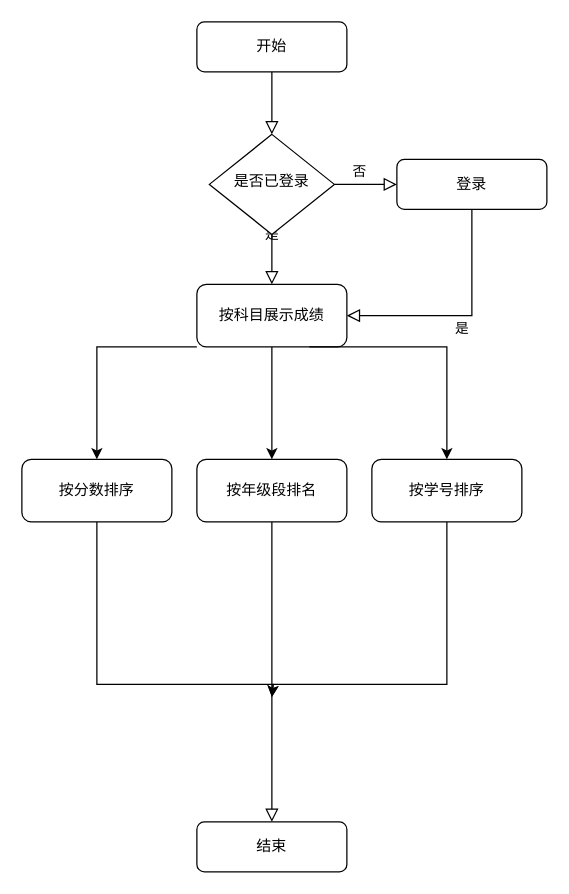
Above: 成绩管理-列表.drawio in creazy412/none (draw.io), before the change. Source tidied: cells renumbered, new cells numbered last; positions are measured from the earlier drawing's top-left corner, leaving out a move shared by most shapes. Both pictures are drawn from the tidied source at 125%, with x=0, y=0 at pixel (21, 21).
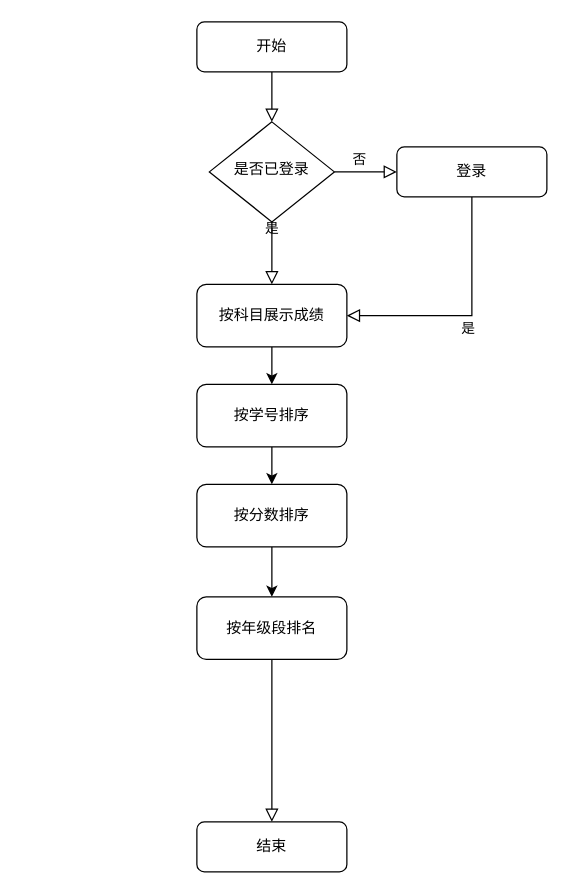
After the change.

Commit message:
更新成绩管理-列表.drawio

Unchanged cells that the change refers to:
```xml
<mxCell id="15" value="按科目展示成绩" style="rounded=1;whiteSpace=wrap;html=1;fontSize=12;glass=0;strokeWidth=1;shadow=0;" parent="1" vertex="1">
  <mxGeometry x="140" y="210" width="120" height="50" as="geometry" />
</mxCell>
```

The edit, as a diff of the source:
```diff
@@
     <mxCell id="6" value="是否已登录" style="rhombus;whiteSpace=wrap;html=1;shadow=0;fontFamily=Helvetica;fontSize=12;align=center;strokeWidth=1;spacing=6;spacingTop=-4;" parent="1" vertex="1">
-      <mxGeometry x="150" y="90" width="100" height="80" as="geometry" />
+      <mxGeometry x="150" y="80" width="100" height="80" as="geometry" />
     </mxCell>
     <mxCell id="7" value="登录" style="rounded=1;whiteSpace=wrap;html=1;fontSize=12;glass=0;strokeWidth=1;shadow=0;" parent="1" vertex="1">
-      <mxGeometry x="300" y="110" width="120" height="40" as="geometry" />
+      <mxGeometry x="300" y="100" width="120" height="40" as="geometry" />
     </mxCell>
@@
-    <mxCell id="10" style="edgeStyle=orthogonalEdgeStyle;rounded=0;jettySize=auto;html=1;exitX=0.5;exitY=1;exitDx=0;exitDy=0;entryX=0.5;entryY=0;entryDx=0;entryDy=0;" parent="1" edge="1" source="15" target="19">
-      <mxGeometry relative="1" as="geometry" />
-    </mxCell>
@@
-    <mxCell id="12" style="edgeStyle=orthogonalEdgeStyle;rounded=0;jettySize=auto;html=1;" parent="1" edge="1" source="13">
-      <mxGeometry relative="1" as="geometry">
-        <mxPoint x="200" y="540" as="targetPoint" />
-        <Array as="points">
-          <mxPoint x="340" y="530" />
-          <mxPoint x="201" y="530" />
-        </Array>
-      </mxGeometry>
-    </mxCell>
+    <mxCell id="20" style="edgeStyle=orthogonalEdgeStyle;rounded=0;jettySize=auto;html=1;" parent="1" edge="1" source="13" target="17">
+      <mxGeometry relative="1" as="geometry" />
+    </mxCell>
     <mxCell id="13" value="按学号排序" style="rounded=1;whiteSpace=wrap;html=1;fontSize=12;glass=0;strokeWidth=1;shadow=0;" parent="1" vertex="1">
-      <mxGeometry x="280" y="350" width="120" height="50" as="geometry" />
+      <mxGeometry x="140" y="290" width="120" height="50" as="geometry" />
     </mxCell>
-    <mxCell id="14" style="edgeStyle=orthogonalEdgeStyle;rounded=0;jettySize=auto;html=1;" parent="1" edge="1" source="15" target="17">
-      <mxGeometry relative="1" as="geometry">
-        <Array as="points">
-          <mxPoint x="60" y="260" />
-        </Array>
-      </mxGeometry>
-    </mxCell>
+    <mxCell id="21" style="edgeStyle=orthogonalEdgeStyle;rounded=0;jettySize=auto;html=1;" parent="1" edge="1" source="15">
+      <mxGeometry relative="1" as="geometry">
+        <mxPoint x="200" y="290" as="targetPoint" />
+      </mxGeometry>
+    </mxCell>
@@
-    <mxCell id="16" style="edgeStyle=orthogonalEdgeStyle;rounded=0;jettySize=auto;html=1;" parent="1" edge="1" source="17">
-      <mxGeometry relative="1" as="geometry">
-        <mxPoint x="200" y="540" as="targetPoint" />
-        <Array as="points">
-          <mxPoint x="60" y="530" />
-          <mxPoint x="201" y="530" />
-        </Array>
-      </mxGeometry>
-    </mxCell>
+    <mxCell id="22" style="edgeStyle=orthogonalEdgeStyle;rounded=0;jettySize=auto;html=1;" parent="1" edge="1" source="17" target="19">
+      <mxGeometry relative="1" as="geometry" />
+    </mxCell>
     <mxCell id="17" value="按分数排序" style="rounded=1;whiteSpace=wrap;html=1;fontSize=12;glass=0;strokeWidth=1;shadow=0;" parent="1" vertex="1">
-      <mxGeometry y="350" width="120" height="50" as="geometry" />
+      <mxGeometry x="140" y="370" width="120" height="50" as="geometry" />
     </mxCell>
-    <mxCell id="18" style="edgeStyle=orthogonalEdgeStyle;rounded=0;jettySize=auto;html=1;exitX=0.75;exitY=1;exitDx=0;exitDy=0;" parent="1" edge="1" source="15" target="13">
-      <mxGeometry relative="1" as="geometry">
-        <Array as="points">
-          <mxPoint x="340" y="260" />
-        </Array>
-      </mxGeometry>
-    </mxCell>
     <mxCell id="19" value="按年级段排名" style="rounded=1;whiteSpace=wrap;html=1;fontSize=12;glass=0;strokeWidth=1;shadow=0;" parent="1" vertex="1">
-      <mxGeometry x="140" y="350" width="120" height="50" as="geometry" />
+      <mxGeometry x="140" y="460" width="120" height="50" as="geometry" />
     </mxCell>
```
